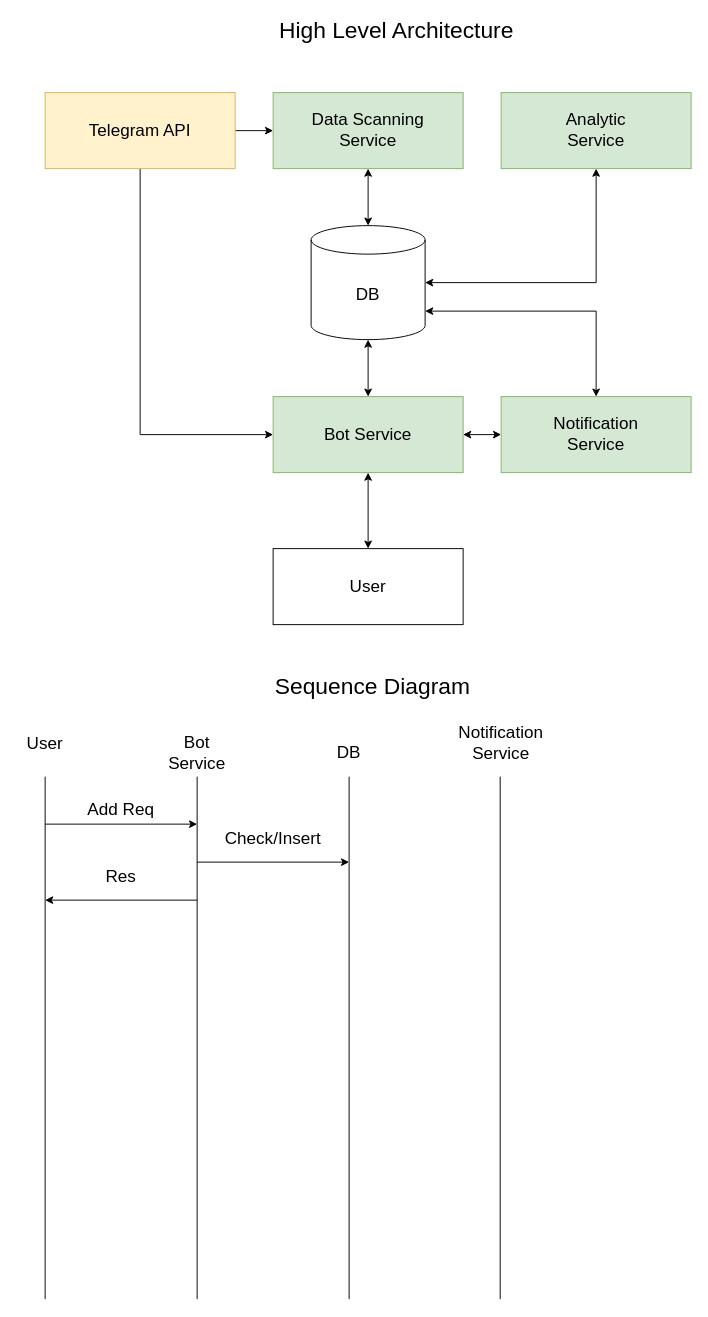
Above: inContactDiagram.drawio in in-contact-online/inContact (draw.io), before the change. Source tidied: cells renumbered, new cells numbered last; positions are measured from the earlier drawing's top-left corner, leaving out a move shared by most shapes. Both pictures are drawn from the tidied source at 95%, with x=0, y=0 at pixel (16, 16).
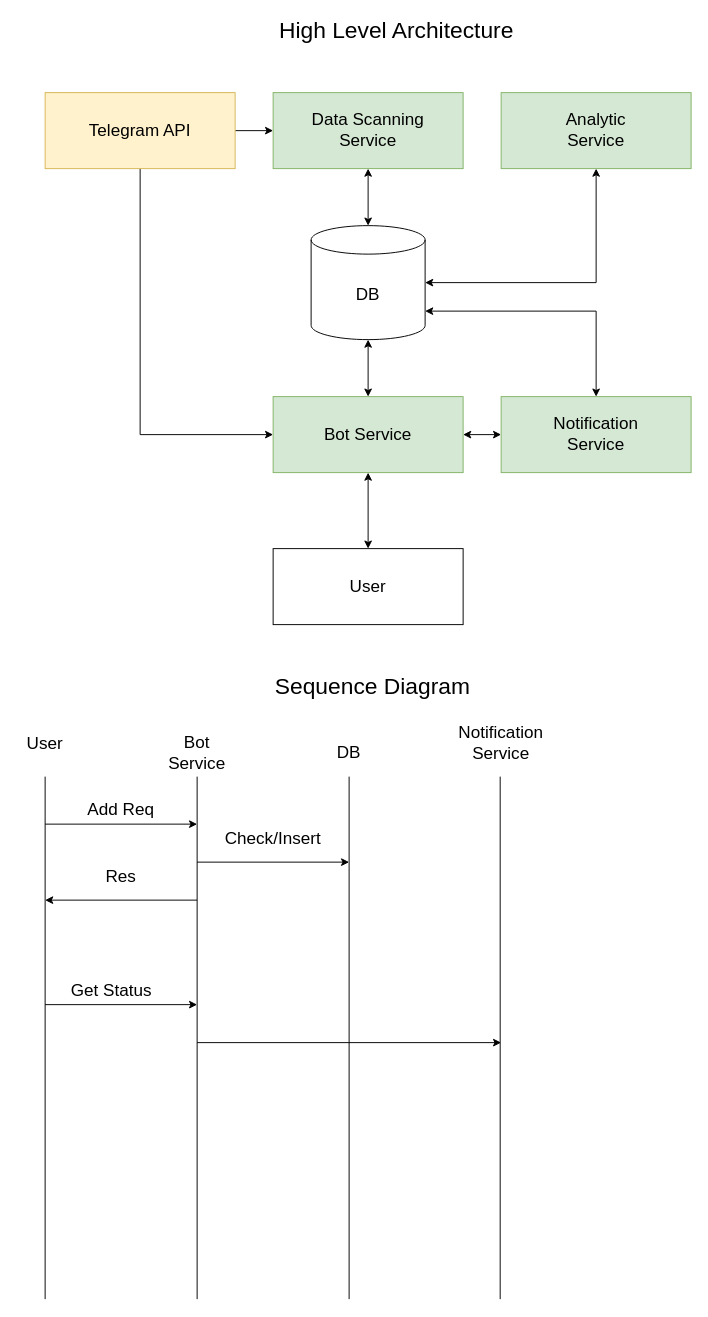
The same page after the edit.

What changed in the source:
```diff
@@
+    <mxCell id="33" style="endArrow=classic;html=1;rounded=0;fontSize=18;" parent="1" edge="1">
+      <mxGeometry relative="1" as="geometry">
+        <mxPoint x="30" y="1040" as="sourcePoint" />
+        <mxPoint x="190" y="1040" as="targetPoint" />
+      </mxGeometry>
+    </mxCell>
+    <mxCell id="34" value="Get Status" style="text;html=1;strokeColor=none;fillColor=none;align=center;verticalAlign=middle;whiteSpace=wrap;rounded=0;fontSize=18;" parent="1" vertex="1">
+      <mxGeometry x="50" y="1010" width="100" height="30" as="geometry" />
+    </mxCell>
+    <mxCell id="35" style="endArrow=classic;html=1;rounded=0;fontSize=18;" parent="1" edge="1">
+      <mxGeometry relative="1" as="geometry">
+        <mxPoint x="190" y="1080" as="sourcePoint" />
+        <mxPoint x="510" y="1080" as="targetPoint" />
+      </mxGeometry>
+    </mxCell>
```
